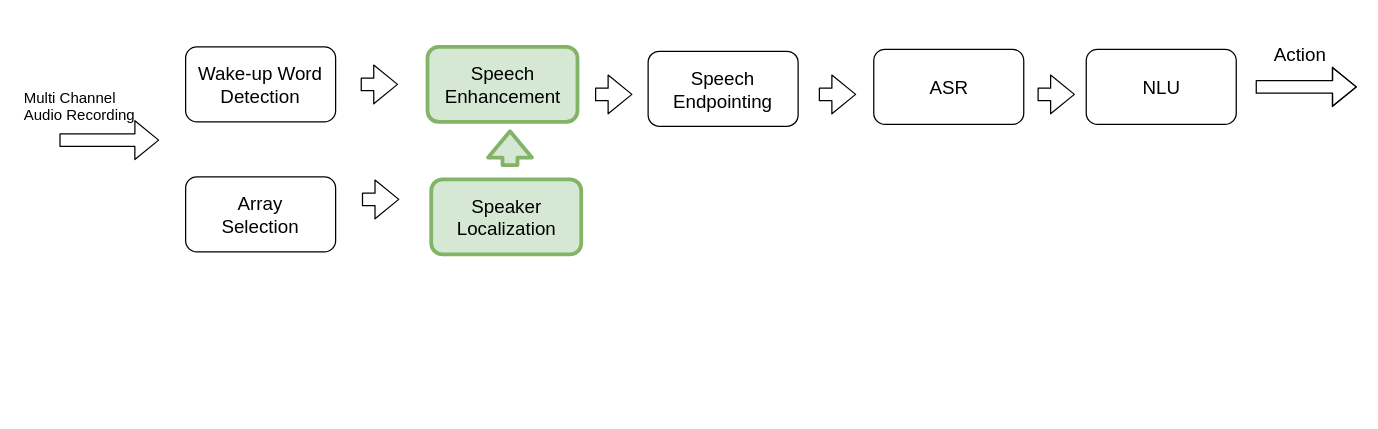
sunits/Random keeps this draw.io diagram as page "endpointin_after_enh" (4 of 4) of draw.io/vocadom_doa_se.drawio. Above is the earlier version. Source tidied: cells renumbered, new cells numbered last; positions are measured from the earlier drawing's top-left corner, leaving out a move shared by most shapes. Both pictures are drawn from the tidied source at 125%, with x=0, y=0 at pixel (21, 40).
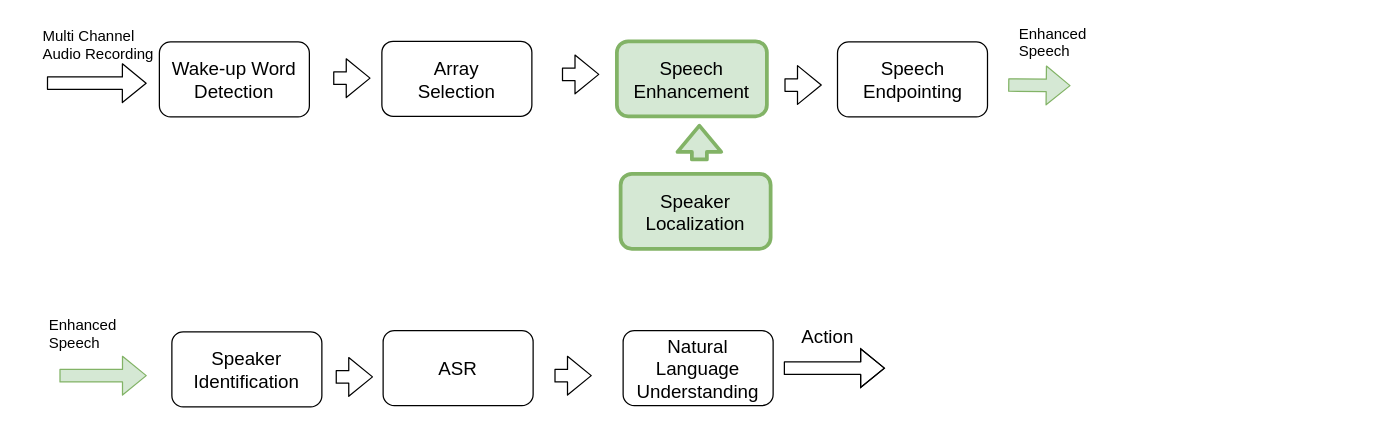
The same page after the edit.

What changed in the source:
```diff
@@
     <mxCell id="2" value="&lt;div style=&quot;font-size: 15px&quot;&gt;&lt;font style=&quot;font-size: 15px&quot;&gt;Array &lt;br&gt;&lt;/font&gt;&lt;/div&gt;&lt;div style=&quot;font-size: 15px&quot;&gt;&lt;font style=&quot;font-size: 15px&quot;&gt;Selection&lt;/font&gt;&lt;/div&gt;" style="rounded=1;whiteSpace=wrap;html=1;comic=0;" parent="1" vertex="1">
-      <mxGeometry x="131" y="109" width="120" height="60" as="geometry" />
+      <mxGeometry x="288" y="0.5" width="120" height="60" as="geometry" />
     </mxCell>
     <mxCell id="3" value="&lt;div style=&quot;font-size: 15px&quot;&gt;&lt;font style=&quot;font-size: 15px&quot;&gt;Wake-up Word&lt;br&gt;&lt;/font&gt;&lt;/div&gt;&lt;div style=&quot;font-size: 15px&quot;&gt;&lt;font style=&quot;font-size: 15px&quot;&gt;Detection&lt;br&gt;&lt;/font&gt;&lt;/div&gt;" style="rounded=1;whiteSpace=wrap;html=1;comic=0;" parent="1" vertex="1">
-      <mxGeometry x="131" y="5" width="120" height="60" as="geometry" />
+      <mxGeometry x="110" y="1" width="120" height="60" as="geometry" />
     </mxCell>
     <mxCell id="4" value="&lt;div style=&quot;font-size: 15px&quot;&gt;&lt;font style=&quot;font-size: 15px&quot;&gt;Speaker&lt;/font&gt;&lt;/div&gt;&lt;div style=&quot;font-size: 15px&quot;&gt;&lt;font style=&quot;font-size: 15px&quot;&gt;Localization&lt;/font&gt;&lt;/div&gt;" style="rounded=1;whiteSpace=wrap;html=1;comic=0;fillColor=#d5e8d4;strokeColor=#82b366;strokeWidth=3;" parent="1" vertex="1">
-      <mxGeometry x="327.5" y="111" width="120" height="60" as="geometry" />
+      <mxGeometry x="479" y="106.5" width="120" height="60" as="geometry" />
     </mxCell>
     <mxCell id="5" value="&lt;div style=&quot;font-size: 15px&quot;&gt;&lt;font style=&quot;font-size: 15px&quot;&gt;Speech &lt;br&gt;&lt;/font&gt;&lt;/div&gt;&lt;div style=&quot;font-size: 15px&quot;&gt;&lt;font style=&quot;font-size: 15px&quot;&gt;Enhancement&lt;br&gt;&lt;/font&gt;&lt;/div&gt;" style="rounded=1;whiteSpace=wrap;html=1;comic=0;fillColor=#d5e8d4;strokeColor=#82b366;strokeWidth=3;" parent="1" vertex="1">
-      <mxGeometry x="324.5" y="5" width="120" height="60" as="geometry" />
+      <mxGeometry x="476" y="0.5" width="120" height="60" as="geometry" />
     </mxCell>
     <mxCell id="6" style="shape=flexArrow;endArrow=classic;html=1;" parent="1" edge="1">
       <mxGeometry relative="1" as="geometry">
-        <mxPoint x="271" y="35" as="sourcePoint" />
-        <mxPoint x="301" y="35" as="targetPoint" />
+        <mxPoint x="249" y="30" as="sourcePoint" />
+        <mxPoint x="279" y="30" as="targetPoint" />
       </mxGeometry>
     </mxCell>
     <mxCell id="7" style="shape=flexArrow;endArrow=classic;html=1;" parent="1" edge="1">
       <mxGeometry relative="1" as="geometry">
-        <mxPoint x="272" y="127" as="sourcePoint" />
-        <mxPoint x="302" y="127" as="targetPoint" />
+        <mxPoint x="432" y="27" as="sourcePoint" />
+        <mxPoint x="462" y="27" as="targetPoint" />
       </mxGeometry>
     </mxCell>
     <mxCell id="8" style="shape=flexArrow;endArrow=classic;html=1;entryX=0;entryY=0.5;entryDx=0;entryDy=0;" parent="1" edge="1">
       <mxGeometry relative="1" as="geometry">
-        <mxPoint x="30" y="79.5" as="sourcePoint" />
-        <mxPoint x="109.9" y="79.6" as="targetPoint" />
+        <mxPoint x="20" y="34" as="sourcePoint" />
+        <mxPoint x="99.9" y="34.1" as="targetPoint" />
       </mxGeometry>
     </mxCell>
     <mxCell id="9" value="&lt;div&gt;&lt;font style=&quot;font-size: 12px&quot;&gt;Multi Channel&amp;nbsp; &lt;br&gt;&lt;/font&gt;&lt;/div&gt;&lt;div&gt;&lt;font style=&quot;font-size: 12px&quot;&gt;Audio Recording&lt;/font&gt;&lt;/div&gt;" style="text;html=1;align=left;verticalAlign=top;spacingTop=-4;" parent="1" vertex="1">
-      <mxGeometry y="35.5" width="100" height="30" as="geometry" />
+      <mxGeometry x="15" y="-13" width="100" height="30" as="geometry" />
     </mxCell>
     <mxCell id="10" value="&lt;div style=&quot;font-size: 15px&quot;&gt;&lt;font style=&quot;font-size: 15px&quot;&gt;ASR&lt;/font&gt;&lt;/div&gt;" style="rounded=1;whiteSpace=wrap;html=1;comic=0;" parent="1" vertex="1">
-      <mxGeometry x="681.5" y="7" width="120" height="60" as="geometry" />
+      <mxGeometry x="289" y="232" width="120" height="60" as="geometry" />
     </mxCell>
     <mxCell id="11" style="shape=flexArrow;endArrow=classic;html=1;" parent="1" edge="1">
       <mxGeometry relative="1" as="geometry">
-        <mxPoint x="458.5" y="43" as="sourcePoint" />
-        <mxPoint x="488.5" y="43" as="targetPoint" />
+        <mxPoint x="610" y="35.5" as="sourcePoint" />
+        <mxPoint x="640" y="35.5" as="targetPoint" />
       </mxGeometry>
     </mxCell>
-    <mxCell id="12" value="&lt;div style=&quot;font-size: 15px&quot;&gt;&lt;font style=&quot;font-size: 15px&quot;&gt;NLU&lt;/font&gt;&lt;/div&gt;" style="rounded=1;whiteSpace=wrap;html=1;comic=0;" parent="1" vertex="1">
-      <mxGeometry x="851.5" y="7" width="120" height="60" as="geometry" />
+    <mxCell id="12" value="&lt;div style=&quot;font-size: 15px&quot;&gt;&lt;font style=&quot;font-size: 15px&quot;&gt;Natural&lt;/font&gt;&lt;/div&gt;&lt;div style=&quot;font-size: 15px&quot;&gt;&lt;font style=&quot;font-size: 15px&quot;&gt;Language&lt;/font&gt;&lt;/div&gt;&lt;div style=&quot;font-size: 15px&quot;&gt;&lt;font style=&quot;font-size: 15px&quot;&gt;Understanding&lt;br&gt;&lt;/font&gt;&lt;/div&gt;" style="rounded=1;whiteSpace=wrap;html=1;comic=0;" parent="1" vertex="1">
+      <mxGeometry x="481" y="232" width="120" height="60" as="geometry" />
     </mxCell>
     <mxCell id="13" style="shape=flexArrow;endArrow=classic;html=1;" parent="1" edge="1">
       <mxGeometry relative="1" as="geometry">
-        <mxPoint x="812.5" y="43" as="sourcePoint" />
-        <mxPoint x="842.5" y="43" as="targetPoint" />
+        <mxPoint x="426" y="268" as="sourcePoint" />
+        <mxPoint x="456" y="268" as="targetPoint" />
       </mxGeometry>
     </mxCell>
     <mxCell id="14" style="shape=flexArrow;endArrow=classic;html=1;" parent="1" edge="1">
       <mxGeometry relative="1" as="geometry">
-        <mxPoint x="987" y="37" as="sourcePoint" />
-        <mxPoint x="1068" y="37" as="targetPoint" />
+        <mxPoint x="609.5" y="262" as="sourcePoint" />
+        <mxPoint x="690.5" y="262" as="targetPoint" />
         <Array as="points">
-          <mxPoint x="1020" y="37" />
+          <mxPoint x="642.5" y="262" />
         </Array>
       </mxGeometry>
     </mxCell>
     <mxCell id="15" value="&lt;font style=&quot;font-size: 15px&quot;&gt;Action&lt;/font&gt;" style="text;html=1;align=left;verticalAlign=top;spacingTop=-4;" parent="1" vertex="1">
-      <mxGeometry x="999.5" width="60" height="20" as="geometry" />
+      <mxGeometry x="622" y="225" width="60" height="20" as="geometry" />
     </mxCell>
     <mxCell id="16" value="&lt;font style=&quot;font-size: 15px&quot;&gt;Speech&lt;/font&gt;&lt;div style=&quot;font-size: 15px&quot;&gt;&lt;font style=&quot;font-size: 15px&quot;&gt;Endpointing&lt;br&gt;&lt;/font&gt;&lt;/div&gt;" style="rounded=1;whiteSpace=wrap;html=1;comic=0;" parent="1" vertex="1">
-      <mxGeometry x="501" y="8.5" width="120" height="60" as="geometry" />
+      <mxGeometry x="652.5" y="1" width="120" height="60" as="geometry" />
     </mxCell>
     <mxCell id="17" style="shape=flexArrow;endArrow=classic;html=1;fillColor=#d5e8d4;strokeColor=#82b366;strokeWidth=3;" parent="1" edge="1">
       <mxGeometry relative="1" as="geometry">
-        <mxPoint x="390.5" y="101" as="sourcePoint" />
-        <mxPoint x="390.5" y="71" as="targetPoint" />
+        <mxPoint x="542" y="96.5" as="sourcePoint" />
+        <mxPoint x="542" y="66.5" as="targetPoint" />
       </mxGeometry>
     </mxCell>
-    <mxCell id="18" style="shape=flexArrow;endArrow=classic;html=1;" parent="1" edge="1">
+    <mxCell id="18" style="shape=flexArrow;endArrow=classic;html=1;labelBackgroundColor=#CC0066;fillColor=#d5e8d4;strokeColor=#82b366;gradientColor=none;" parent="1" edge="1">
       <mxGeometry relative="1" as="geometry">
-        <mxPoint x="637.5" y="43" as="sourcePoint" />
-        <mxPoint x="667.5" y="43" as="targetPoint" />
+        <mxPoint x="789" y="35.5" as="sourcePoint" />
+        <mxPoint x="839" y="36" as="targetPoint" />
       </mxGeometry>
     </mxCell>
+    <mxCell id="19" value="&lt;div&gt;Enhanced&lt;/div&gt;&lt;div&gt;Speech&lt;br&gt;&lt;/div&gt;" style="text;html=1;align=left;verticalAlign=top;spacingTop=-4;" parent="1" vertex="1">
+      <mxGeometry x="796" y="-15" width="70" height="30" as="geometry" />
+    </mxCell>
+    <mxCell id="20" value="&lt;div style=&quot;font-size: 15px&quot;&gt;&lt;font style=&quot;font-size: 15px&quot;&gt;Speaker&lt;/font&gt;&lt;/div&gt;&lt;div style=&quot;font-size: 15px&quot;&gt;&lt;font style=&quot;font-size: 15px&quot;&gt;Identification&lt;br&gt;&lt;/font&gt;&lt;/div&gt;" style="rounded=1;whiteSpace=wrap;html=1;comic=0;" parent="1" vertex="1">
+      <mxGeometry x="120" y="233" width="120" height="60" as="geometry" />
+    </mxCell>
+    <mxCell id="21" style="shape=flexArrow;endArrow=classic;html=1;" parent="1" edge="1">
+      <mxGeometry relative="1" as="geometry">
+        <mxPoint x="251" y="269" as="sourcePoint" />
+        <mxPoint x="281" y="269" as="targetPoint" />
+      </mxGeometry>
+    </mxCell>
+    <mxCell id="22" style="shape=flexArrow;endArrow=classic;html=1;fillColor=#d5e8d4;strokeColor=#82B366;" parent="1" edge="1">
+      <mxGeometry relative="1" as="geometry">
+        <mxPoint x="30" y="268" as="sourcePoint" />
+        <mxPoint x="100" y="268" as="targetPoint" />
+      </mxGeometry>
+    </mxCell>
+    <mxCell id="23" value="&lt;div&gt;Enhanced&lt;/div&gt;&lt;div&gt;Speech&lt;br&gt;&lt;/div&gt;" style="text;html=1;align=left;verticalAlign=top;spacingTop=-4;" parent="1" vertex="1">
+      <mxGeometry x="20" y="218" width="70" height="30" as="geometry" />
+    </mxCell>
```
